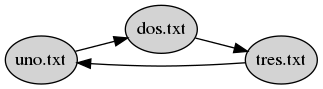
Before: archivos.png, a diagram exported from Graphviz (juanpaestrada20/EDD_1S2020_P1_201800709). Its source is kept beside it as archivos.dot. Source of this version:
```dot
digraph G {
rankdir = LR;
node [margin=0 shape=oval style=filled ];
A1 [label="uno.txt"];
A2 [label="dos.txt"];
A3 [label="tres.txt"];

A1 -> A2;
A2 -> A3;
A3 -> A1;
}
```
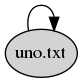
After the commit.

Change to the diagram source:
```diff
@@ -2,10 +2,5 @@
 rankdir = LR;
 node [margin=0 shape=oval style=filled ];
 A1 [label="uno.txt"];
-A2 [label="dos.txt"];
-A3 [label="tres.txt"];
-
-A1 -> A2;
-A2 -> A3;
-A3 -> A1;
+A1 -> A1;
 }
```
